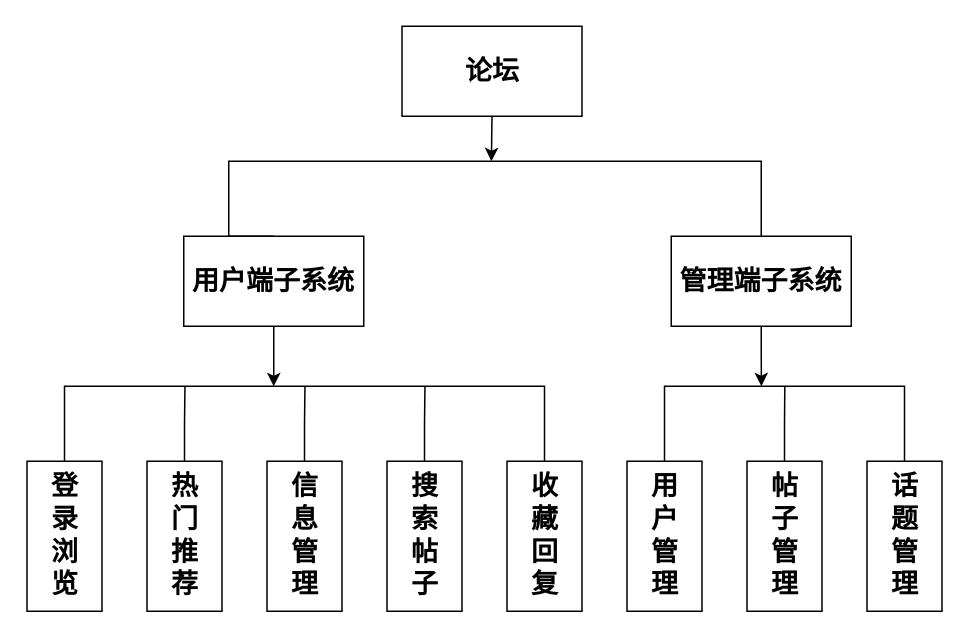
Before: 毕业论文/论坛结构图.drawio in lululuhui/flow-chart-warehouse, a draw.io diagram. Source tidied: cells renumbered, new cells numbered last; positions are measured from the earlier drawing's top-left corner, leaving out a move shared by most shapes. Both pictures are drawn from the tidied source at 150%, with x=0, y=0 at pixel (27, 26).
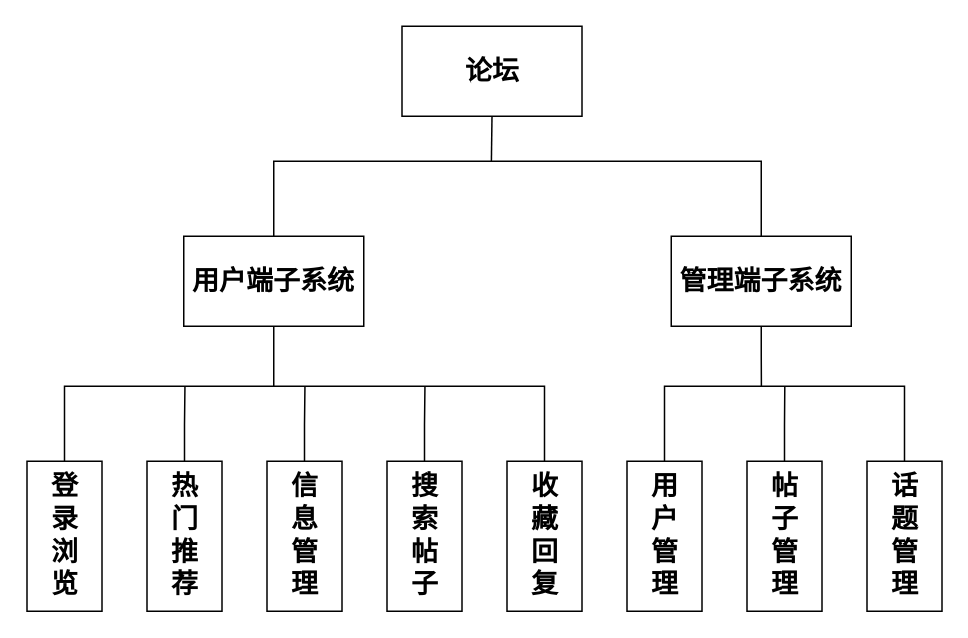
Above is the later version.

Commit message:
Update 论坛结构图.drawio

Unchanged cells that the change refers to:
```xml
<mxCell id="3" value="论坛" style="rounded=0;whiteSpace=wrap;html=1;fontSize=18;fontStyle=1;" parent="1" vertex="1">
  <mxGeometry x="249.5" width="120" height="60" as="geometry" />
</mxCell>
<mxCell id="6" value="用户端子系统" style="rounded=0;whiteSpace=wrap;html=1;fontSize=18;fontStyle=1;" parent="1" vertex="1">
  <mxGeometry x="104" y="140" width="120" height="60" as="geometry" />
</mxCell>
<mxCell id="8" value="管理端子系统" style="rounded=0;whiteSpace=wrap;html=1;fontSize=18;fontStyle=1;" parent="1" vertex="1">
  <mxGeometry x="429" y="140" width="120" height="60" as="geometry" />
</mxCell>
```

Diff of the diagram source:
```diff
@@
-    <mxCell id="2" style="edgeStyle=orthogonalEdgeStyle;rounded=0;jettySize=auto;html=1;exitX=0.5;exitY=1;exitDx=0;exitDy=0;endArrow=classic;endFill=1;elbow=vertical;fontSize=18;fontStyle=1;" parent="1" edge="1" source="3">
+    <mxCell id="2" style="edgeStyle=orthogonalEdgeStyle;rounded=0;jettySize=auto;html=1;exitX=0.5;exitY=1;exitDx=0;exitDy=0;endArrow=none;endFill=0;elbow=vertical;fontSize=18;fontStyle=1;" parent="1" edge="1" source="3">
       <mxGeometry relative="1" as="geometry">
         <mxPoint x="309.1" y="90" as="targetPoint" />
       </mxGeometry>
     </mxCell>
@@
     <mxCell id="4" style="edgeStyle=orthogonalEdgeStyle;rounded=0;jettySize=auto;html=1;exitX=0.5;exitY=0;exitDx=0;exitDy=0;endArrow=none;endFill=0;elbow=vertical;entryX=0.5;entryY=0;entryDx=0;entryDy=0;fontSize=18;fontStyle=1;" parent="1" edge="1" source="6" target="8">
       <mxGeometry relative="1" as="geometry">
         <Array as="points">
-          <mxPoint x="134" y="90" />
+          <mxPoint x="164" y="90" />
           <mxPoint x="489" y="90" />
         </Array>
       </mxGeometry>
     </mxCell>
-    <mxCell id="5" style="edgeStyle=orthogonalEdgeStyle;rounded=0;jettySize=auto;html=1;exitX=0.5;exitY=1;exitDx=0;exitDy=0;endArrow=classic;endFill=1;elbow=vertical;fontSize=18;fontStyle=1;" parent="1" edge="1" source="6">
+    <mxCell id="5" style="edgeStyle=orthogonalEdgeStyle;rounded=0;jettySize=auto;html=1;exitX=0.5;exitY=1;exitDx=0;exitDy=0;endArrow=none;endFill=0;elbow=vertical;fontSize=18;fontStyle=1;" parent="1" edge="1" source="6">
       <mxGeometry relative="1" as="geometry">
         <mxPoint x="164" y="240" as="targetPoint" />
       </mxGeometry>
     </mxCell>
@@
-    <mxCell id="7" style="edgeStyle=orthogonalEdgeStyle;rounded=0;jettySize=auto;html=1;exitX=0.5;exitY=1;exitDx=0;exitDy=0;endArrow=classic;endFill=1;elbow=vertical;fontSize=18;fontStyle=1;" parent="1" edge="1" source="8">
+    <mxCell id="7" style="edgeStyle=orthogonalEdgeStyle;rounded=0;jettySize=auto;html=1;exitX=0.5;exitY=1;exitDx=0;exitDy=0;endArrow=none;endFill=0;elbow=vertical;fontSize=18;fontStyle=1;" parent="1" edge="1" source="8">
       <mxGeometry relative="1" as="geometry">
         <mxPoint x="489.1" y="240" as="targetPoint" />
       </mxGeometry>
     </mxCell>
```
